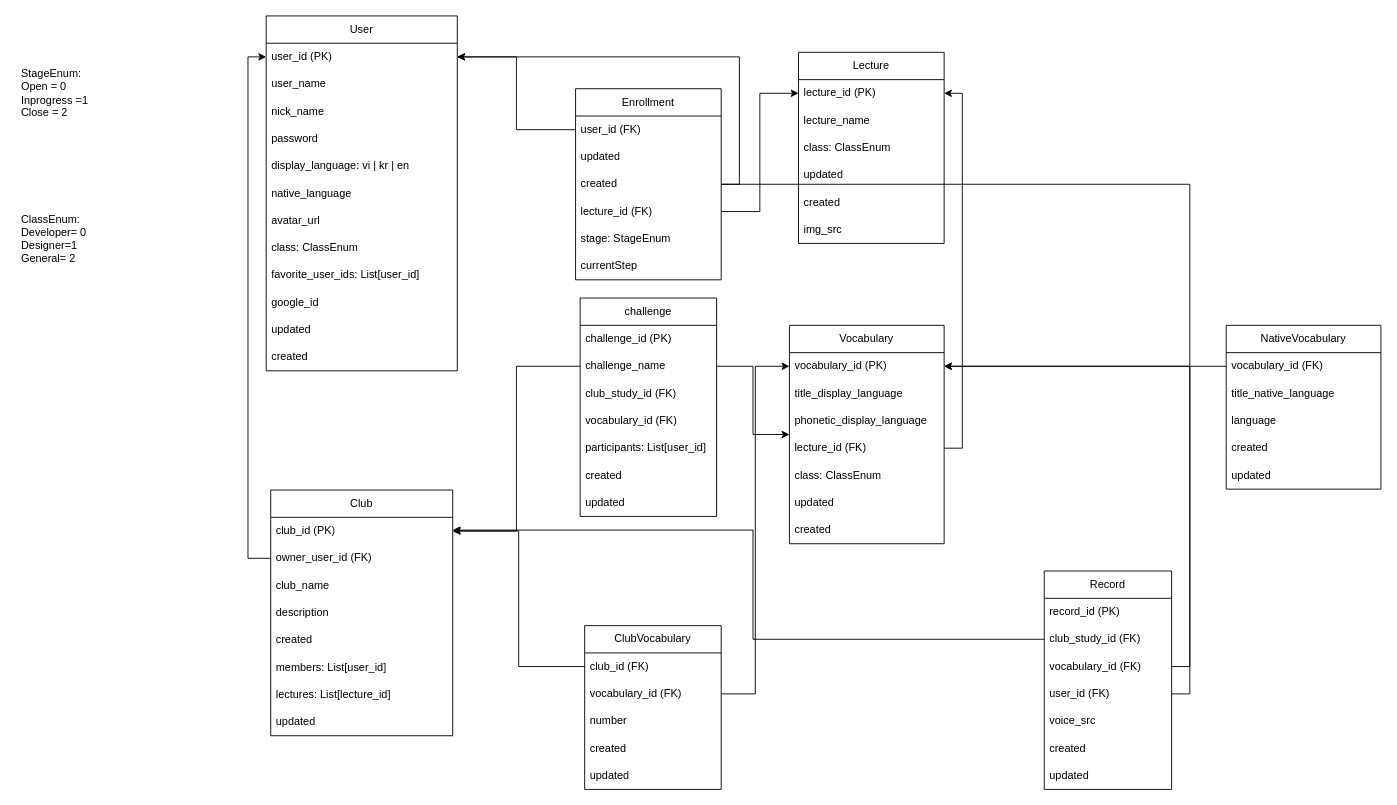
Earlier version of the draw.io diagram docs/db-scheme.dio (dudaji-vn/my-english-accent-webapp). Source tidied: cells renumbered, new cells numbered last; positions are measured from the earlier drawing's top-left corner, leaving out a move shared by most shapes. Both pictures are drawn from the tidied source at 91%, with x=0, y=0 at pixel (15, 15).
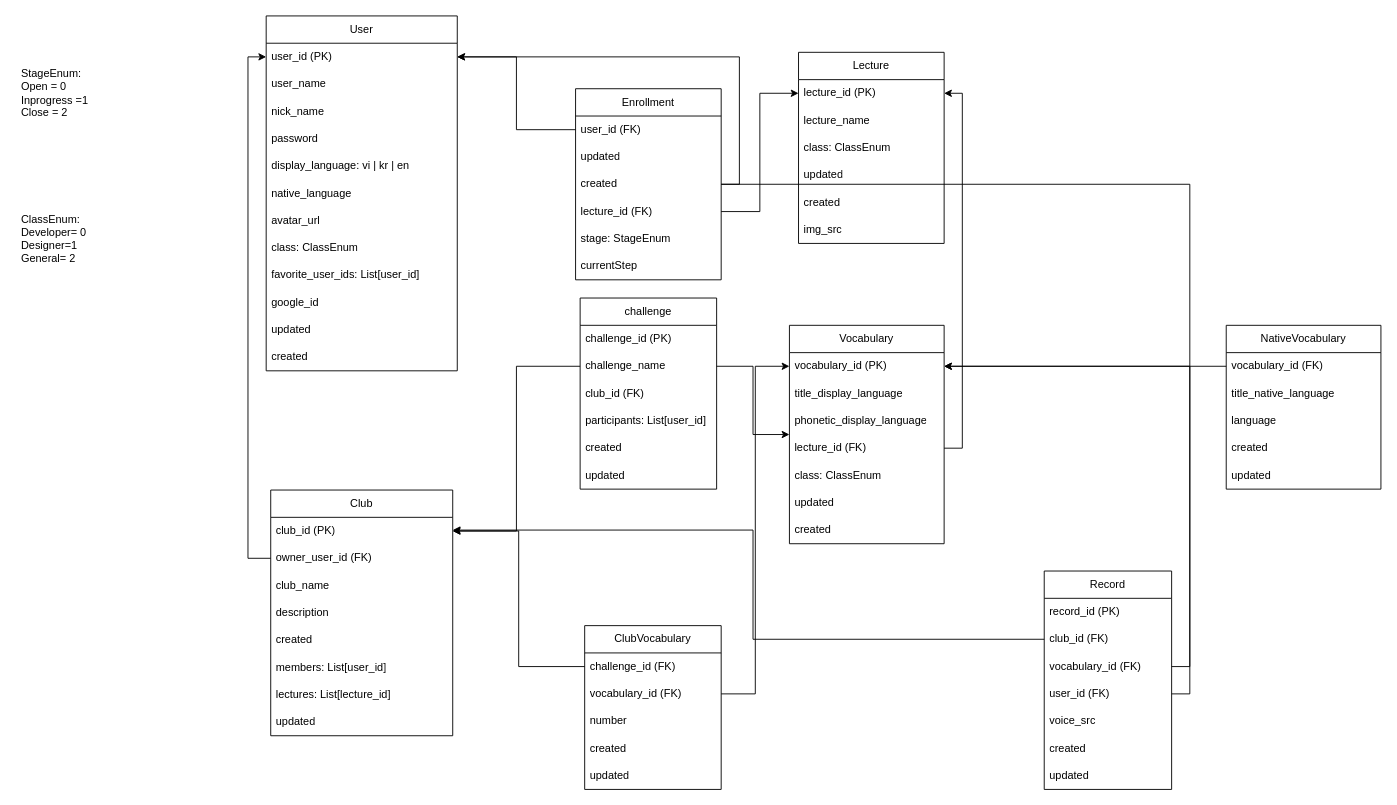
After the change.

Unchanged cells that the change refers to:
```xml
<mxCell id="40" value="ClubVocabulary" style="swimlane;fontStyle=0;horizontal=1;startSize=30;whiteSpace=wrap;html=1;" parent="1" vertex="1">
  <mxGeometry x="625" y="670" width="150" height="180" as="geometry" />
</mxCell>
<mxCell id="49" value="Record" style="swimlane;fontStyle=0;horizontal=1;startSize=30;whiteSpace=wrap;html=1;" parent="1" vertex="1">
  <mxGeometry x="1130" y="610" width="140" height="240" as="geometry" />
</mxCell>
```

What changed in the source:
```diff
@@
-    <mxCell id="41" value="club_id (FK)" style="text;strokeColor=none;fillColor=none;align=left;verticalAlign=middle;spacingLeft=4;spacingRight=4;overflow=hidden;points=[[0,0.5],[1,0.5]];portConstraint=eastwest;whiteSpace=wrap;html=1;" parent="40" vertex="1">
+    <mxCell id="41" value="challenge_id (FK)" style="text;strokeColor=none;fillColor=none;align=left;verticalAlign=middle;spacingLeft=4;spacingRight=4;overflow=hidden;points=[[0,0.5],[1,0.5]];portConstraint=eastwest;whiteSpace=wrap;html=1;" parent="40" vertex="1">
       <mxGeometry y="30" width="150" height="30" as="geometry" />
     </mxCell>
@@
-    <mxCell id="51" value="club_study_id (FK)" style="text;strokeColor=none;fillColor=none;align=left;verticalAlign=middle;spacingLeft=4;spacingRight=4;overflow=hidden;points=[[0,0.5],[1,0.5]];portConstraint=eastwest;whiteSpace=wrap;html=1;" parent="49" vertex="1">
+    <mxCell id="51" value="club_id (FK)" style="text;strokeColor=none;fillColor=none;align=left;verticalAlign=middle;spacingLeft=4;spacingRight=4;overflow=hidden;points=[[0,0.5],[1,0.5]];portConstraint=eastwest;whiteSpace=wrap;html=1;" parent="49" vertex="1">
       <mxGeometry y="60" width="140" height="30" as="geometry" />
     </mxCell>
@@
     <mxCell id="77" value="challenge" style="swimlane;fontStyle=0;horizontal=1;startSize=30;whiteSpace=wrap;html=1;" parent="1" vertex="1">
-      <mxGeometry x="620" y="310" width="150" height="240" as="geometry" />
+      <mxGeometry x="620" y="310" width="150" height="210" as="geometry" />
     </mxCell>
@@
-    <mxCell id="80" value="club_study_id (FK)" style="text;strokeColor=none;fillColor=none;align=left;verticalAlign=middle;spacingLeft=4;spacingRight=4;overflow=hidden;whiteSpace=wrap;html=1;" parent="77" vertex="1">
+    <mxCell id="80" value="club_id (FK)" style="text;strokeColor=none;fillColor=none;align=left;verticalAlign=middle;spacingLeft=4;spacingRight=4;overflow=hidden;whiteSpace=wrap;html=1;" parent="77" vertex="1">
       <mxGeometry y="90" width="150" height="30" as="geometry" />
     </mxCell>
-    <mxCell id="81" value="vocabulary_id (FK)" style="text;strokeColor=none;fillColor=none;align=left;verticalAlign=middle;spacingLeft=4;spacingRight=4;overflow=hidden;whiteSpace=wrap;html=1;" parent="77" vertex="1">
-      <mxGeometry y="120" width="150" height="30" as="geometry" />
-    </mxCell>
     <mxCell id="82" value="participants: List[user_id]" style="text;strokeColor=none;fillColor=none;align=left;verticalAlign=middle;spacingLeft=4;spacingRight=4;overflow=hidden;whiteSpace=wrap;html=1;" parent="77" vertex="1">
-      <mxGeometry y="150" width="150" height="30" as="geometry" />
+      <mxGeometry y="120" width="150" height="30" as="geometry" />
     </mxCell>
     <mxCell id="83" value="created" style="text;strokeColor=none;fillColor=none;align=left;verticalAlign=middle;spacingLeft=4;spacingRight=4;overflow=hidden;whiteSpace=wrap;html=1;" parent="77" vertex="1">
-      <mxGeometry y="180" width="150" height="30" as="geometry" />
+      <mxGeometry y="150" width="150" height="30" as="geometry" />
     </mxCell>
     <mxCell id="84" value="updated" style="text;strokeColor=none;fillColor=none;align=left;verticalAlign=middle;spacingLeft=4;spacingRight=4;overflow=hidden;whiteSpace=wrap;html=1;" parent="77" vertex="1">
-      <mxGeometry y="210" width="150" height="30" as="geometry" />
+      <mxGeometry y="180" width="150" height="30" as="geometry" />
     </mxCell>
```
